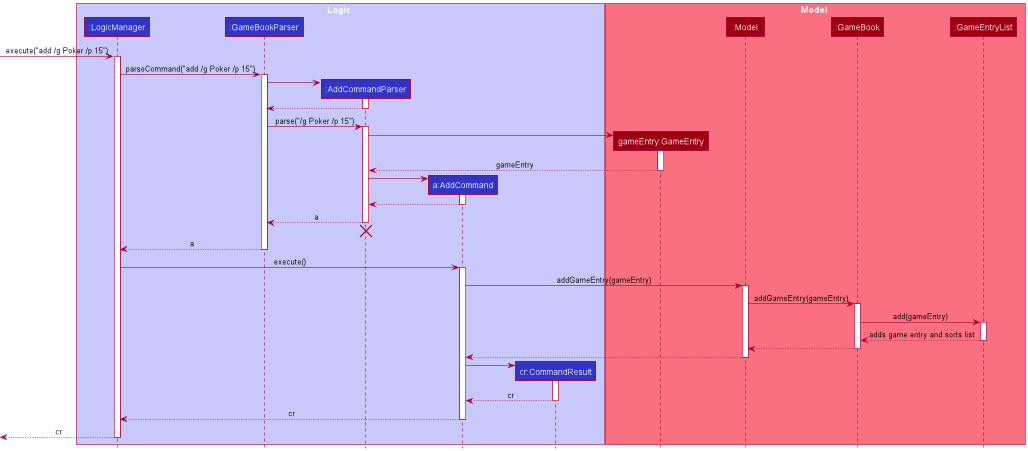
Above: docs/images/AddSequenceDiagram.png in yzhilong/tp (PlantUML), before the change.
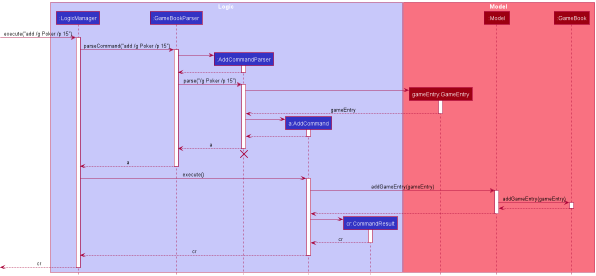
After the change.

Commit message:
Update AddActivityDiagram and AddSequenceDiagram

Change to the diagram source:
```diff
@@ -13,7 +13,6 @@
 participant "gameEntry:GameEntry" as GameEntry MODEL_COLOR
 participant ":Model" as Model MODEL_COLOR
 participant ":GameBook" as GameBook MODEL_COLOR
-participant ":GameEntryList" as GameEntryList MODEL_COLOR
 end box
 
 [-> LogicManager : execute("add /g Poker /p 15")
@@ -60,10 +59,6 @@
 activate Model
 Model -> GameBook : addGameEntry(gameEntry)
 activate GameBook
-GameBook -> GameEntryList : add(gameEntry)
-activate GameEntryList
-GameEntryList --> GameBook : adds game entry and sorts list
-deactivate GameEntryList
 GameBook --> Model
 deactivate GameBook
 Model --> AddCommand
```
